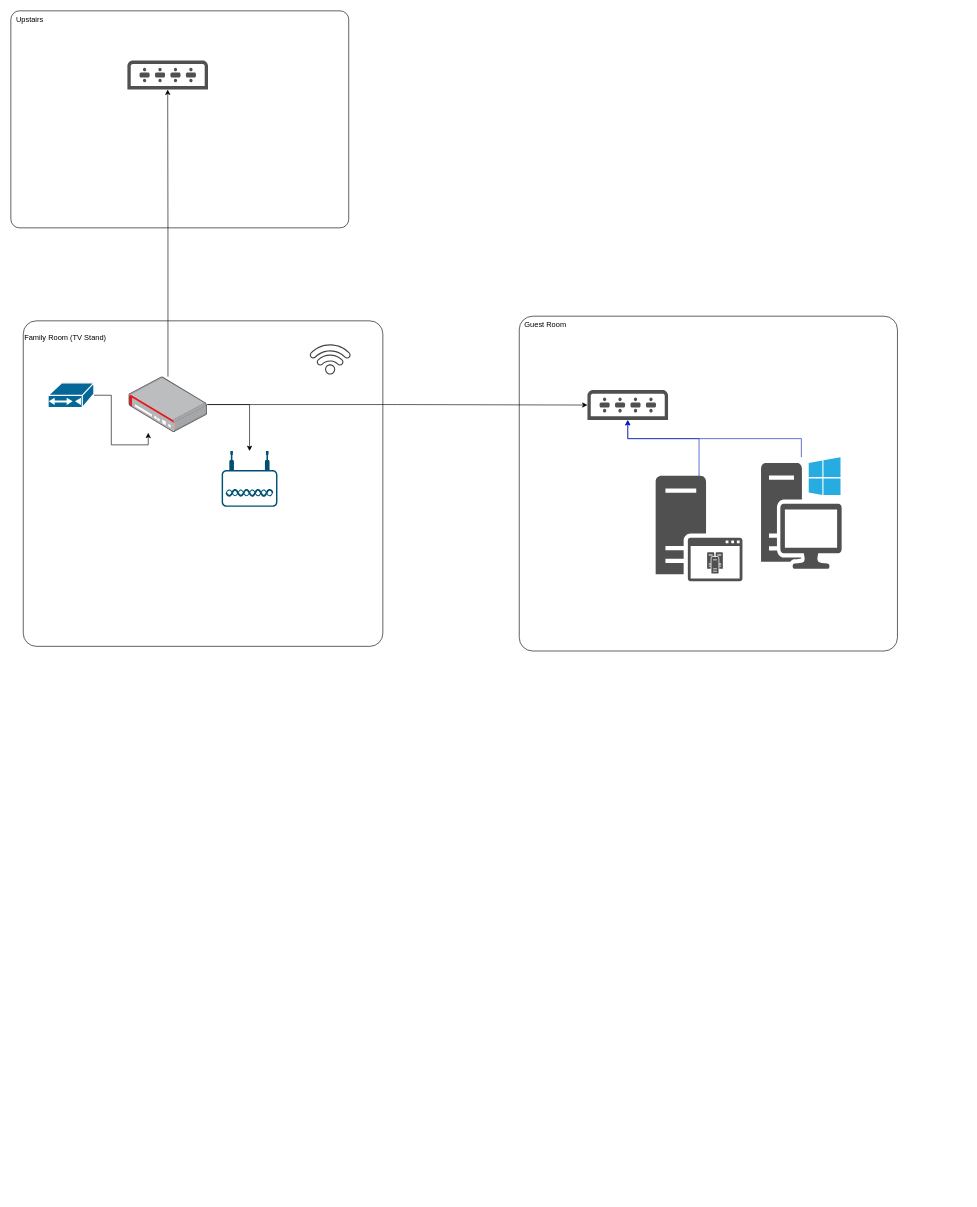
Above: temp/Home_Wiring.drawio in vichanzo/my-home-server (draw.io), before the change. Source tidied: cells renumbered, new cells numbered last; positions are measured from the earlier drawing's top-left corner, leaving out a move shared by most shapes. Both pictures are drawn from the tidied source at 62%, with x=0, y=0 at pixel (11, 11).
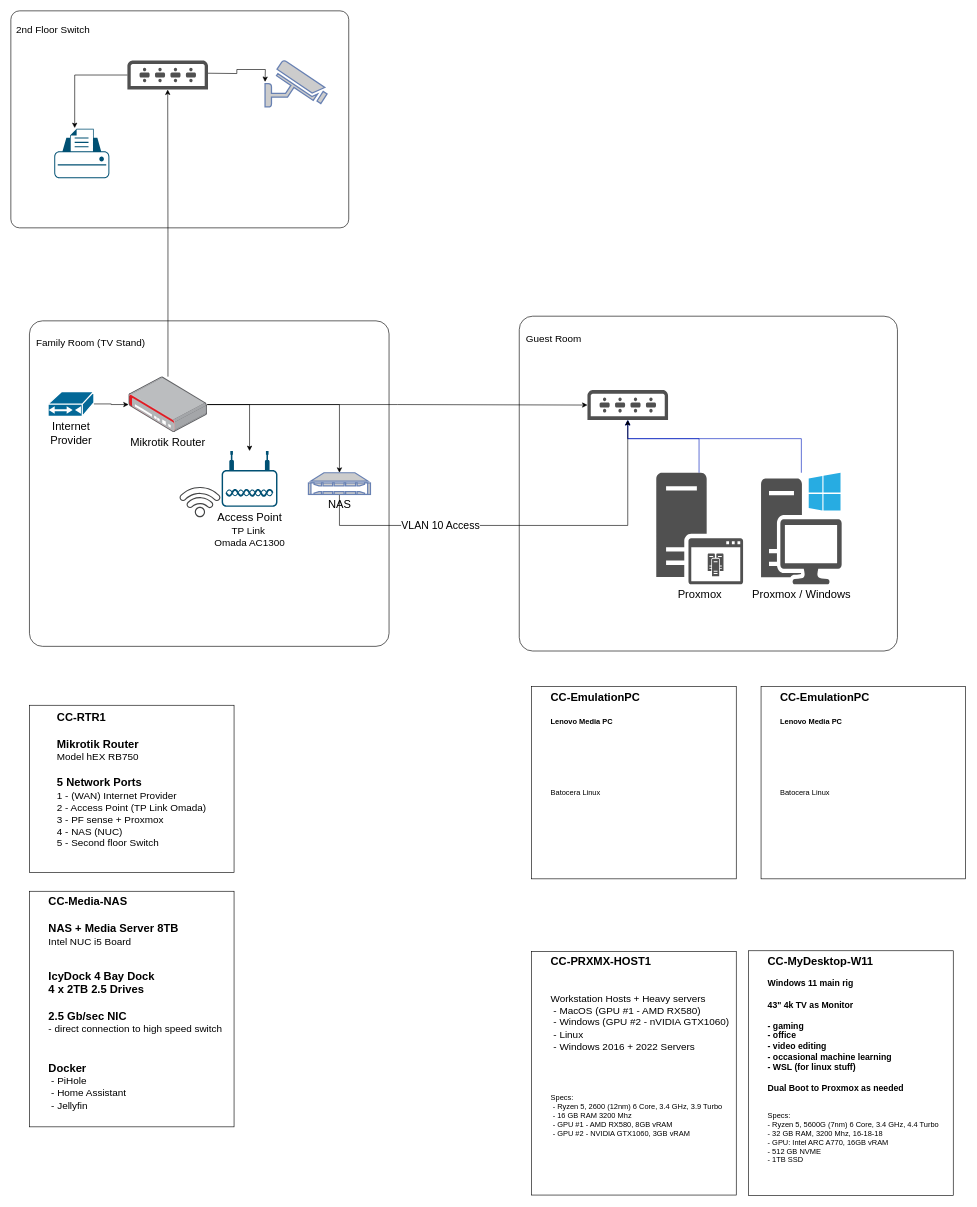
The same diagram, later.

The change refers to these unchanged cells:
```xml
<mxCell id="16" style="sketch=0;shadow=0;dashed=0;html=1;strokeColor=none;fillColor=#505050;labelPosition=center;verticalLabelPosition=bottom;verticalAlign=top;outlineConnect=0;align=center;shape=mxgraph.office.devices.switch;" parent="1" vertex="1">
  <mxGeometry x="930" y="611.5" width="130" height="48.5" as="geometry" />
</mxCell>
<mxCell id="17" style="sketch=0;shadow=0;dashed=0;html=1;strokeColor=none;fillColor=#505050;labelPosition=center;verticalLabelPosition=bottom;verticalAlign=top;outlineConnect=0;align=center;shape=mxgraph.office.devices.switch;" parent="1" vertex="1">
  <mxGeometry x="188" y="80" width="130" height="47" as="geometry" />
</mxCell>
```

The edit, as a diff of the source:
```diff
@@
-    <mxCell id="2" value="&amp;nbsp; Guest Room" style="rounded=1;whiteSpace=wrap;html=1;align=left;verticalAlign=top;arcSize=4;" parent="1" vertex="1">
+    <mxCell id="2" value="&lt;div&gt;&lt;font style=&quot;font-size: 16px;&quot;&gt;&lt;br&gt;&lt;/font&gt;&lt;/div&gt;&lt;div&gt;&lt;font style=&quot;font-size: 16px;&quot;&gt;&amp;nbsp; Guest Room&lt;/font&gt;&lt;/div&gt;" style="rounded=1;whiteSpace=wrap;html=1;align=left;verticalAlign=top;arcSize=4;" parent="1" vertex="1">
       <mxGeometry x="820" y="492.5" width="610" height="540" as="geometry" />
     </mxCell>
     <mxCell id="3" style="group;" parent="1" vertex="1">
-      <mxGeometry x="1040" y="750" width="140" height="170" as="geometry" />
+      <mxGeometry x="1041" y="745" width="140" height="180" as="geometry" />
     </mxCell>
-    <mxCell id="4" style="sketch=0;shadow=0;dashed=0;html=1;strokeColor=none;fillColor=#505050;labelPosition=center;verticalLabelPosition=bottom;verticalAlign=top;outlineConnect=0;align=center;shape=mxgraph.office.servers.application_server;" parent="3" vertex="1">
-      <mxGeometry width="140" height="170" as="geometry" />
+    <mxCell id="4" value="&lt;font style=&quot;font-size: 18px;&quot;&gt;Proxmox&lt;/font&gt;" style="sketch=0;shadow=0;dashed=0;html=1;strokeColor=none;fillColor=#505050;labelPosition=center;verticalLabelPosition=bottom;verticalAlign=top;outlineConnect=0;align=center;shape=mxgraph.office.servers.application_server;" parent="3" vertex="1">
+      <mxGeometry width="140" height="180" as="geometry" />
     </mxCell>
     <mxCell id="5" style="sketch=0;shadow=0;dashed=0;html=1;strokeColor=none;fillColor=#505050;labelPosition=center;verticalLabelPosition=bottom;verticalAlign=top;align=center;shape=mxgraph.office.servers.cluster_server;" parent="3" vertex="1">
-      <mxGeometry x="83" y="123.1" width="25.4" height="34.6" as="geometry" />
+      <mxGeometry x="83" y="130.3" width="25.4" height="36.6" as="geometry" />
     </mxCell>
-    <mxCell id="6" value="&#10;&lt;div&gt;Family Room (TV Stand)&lt;/div&gt;&#10;&#10;" style="rounded=1;whiteSpace=wrap;html=1;align=left;verticalAlign=top;arcSize=4;" parent="1" vertex="1">
-      <mxGeometry x="20" y="500" width="580" height="525" as="geometry" />
+    <mxCell id="6" value="&lt;br&gt;&lt;div&gt;&amp;nbsp; Family Room (TV Stand)&lt;/div&gt;" style="rounded=1;whiteSpace=wrap;html=1;align=left;verticalAlign=top;arcSize=4;fontSize=16;" parent="1" vertex="1">
+      <mxGeometry x="30" y="500" width="580" height="525" as="geometry" />
     </mxCell>
-    <mxCell id="7" value="&amp;nbsp; Upstairs" style="rounded=1;whiteSpace=wrap;html=1;align=left;verticalAlign=top;arcSize=4;" parent="1" vertex="1">
+    <mxCell id="7" value="&lt;div&gt;&lt;br&gt;&lt;/div&gt;&lt;div&gt;&amp;nbsp; &lt;font style=&quot;font-size: 16px;&quot;&gt;2nd Floor Switch&lt;/font&gt;&lt;/div&gt;" style="rounded=1;whiteSpace=wrap;html=1;align=left;verticalAlign=top;arcSize=4;" parent="1" vertex="1">
       <mxGeometry width="545" height="350" as="geometry" />
     </mxCell>
-    <mxCell id="8" style="points=[[0.03,0.36,0],[0.18,0,0],[0.5,0.34,0],[0.82,0,0],[0.97,0.36,0],[1,0.67,0],[0.975,0.975,0],[0.5,1,0],[0.025,0.975,0],[0,0.67,0]];verticalLabelPosition=bottom;sketch=0;html=1;verticalAlign=top;align=center;shape=mxgraph.cisco19.wireless_access_point;fillColor=#005073;strokeColor=none;rotation=0;" parent="1" vertex="1">
-      <mxGeometry x="340" y="710" width="90" height="90" as="geometry" />
-    </mxCell>
@@
+    <mxCell id="21" style="edgeStyle=orthogonalEdgeStyle;rounded=0;jettySize=auto;html=1;" parent="1" edge="1" source="12" target="30">
+      <mxGeometry relative="1" as="geometry" />
+    </mxCell>
-    <mxCell id="12" style="image;points=[];html=1;align=center;shadow=0;dashed=0;image=img/lib/allied_telesis/security/Router_VPN.svg;" parent="1" vertex="1">
+    <mxCell id="12" value="&lt;font style=&quot;font-size: 18px;&quot;&gt;Mikrotik Router&lt;/font&gt;" style="image;points=[];html=1;align=center;shadow=0;dashed=0;image=img/lib/allied_telesis/security/Router_VPN.svg;" parent="1" vertex="1">
       <mxGeometry x="190" y="590" width="126.8" height="90" as="geometry" />
     </mxCell>
-    <mxCell id="13" style="shape=mxgraph.cisco.modems_and_phones.cable_modem;html=1;dashed=0;fillColor=#036897;strokeColor=#ffffff;strokeWidth=2;verticalLabelPosition=bottom;verticalAlign=top;align=center;outlineConnect=0;" parent="1" vertex="1">
-      <mxGeometry x="60" y="600" width="74" height="40" as="geometry" />
+    <mxCell id="13" value="&lt;div&gt;&lt;font style=&quot;font-size: 18px;&quot;&gt;Internet&lt;/font&gt;&lt;/div&gt;&lt;div&gt;&lt;font style=&quot;font-size: 18px;&quot;&gt;Provider&lt;/font&gt;&lt;/div&gt;" style="shape=mxgraph.cisco.modems_and_phones.cable_modem;html=1;dashed=0;fillColor=#036897;strokeColor=#ffffff;strokeWidth=2;verticalLabelPosition=bottom;verticalAlign=top;align=center;outlineConnect=0;" parent="1" vertex="1">
+      <mxGeometry x="60" y="614" width="74" height="40" as="geometry" />
     </mxCell>
-    <mxCell id="14" style="edgeStyle=orthogonalEdgeStyle;rounded=0;jettySize=auto;html=1;entryX=0.249;entryY=1.005;entryDx=0;entryDy=0;entryPerimeter=0;" parent="1" edge="1" source="13" target="12">
+    <mxCell id="14" style="edgeStyle=orthogonalEdgeStyle;rounded=0;jettySize=auto;html=1;" parent="1" edge="1" source="13" target="12">
       <mxGeometry relative="1" as="geometry" />
     </mxCell>
-    <mxCell id="15" style="sketch=0;shadow=0;dashed=0;html=1;strokeColor=none;fillColor=#434445;labelPosition=center;verticalLabelPosition=bottom;verticalAlign=top;align=center;shape=mxgraph.vvd.wi_fi;rotation=-45;" parent="1" vertex="1">
-      <mxGeometry x="490" y="530" width="50" height="50" as="geometry" />
-    </mxCell>
@@
+    <mxCell id="22" style="edgeStyle=orthogonalEdgeStyle;rounded=0;orthogonalLoop=1;jettySize=auto;html=1;" parent="1" edge="1">
+      <mxGeometry relative="1" as="geometry">
+        <mxPoint x="318" y="100.6" as="sourcePoint" />
+        <mxPoint x="410" y="114.6" as="targetPoint" />
+      </mxGeometry>
+    </mxCell>
@@
-    <mxCell id="19" style="sketch=0;shadow=0;dashed=0;html=1;strokeColor=none;fillColor=#505050;labelPosition=center;verticalLabelPosition=bottom;verticalAlign=top;outlineConnect=0;align=center;shape=mxgraph.office.devices.workstation_pc;" parent="1" vertex="1">
-      <mxGeometry x="1210" y="720" width="130" height="180" as="geometry" />
+    <mxCell id="19" value="&lt;font style=&quot;font-size: 18px;&quot;&gt;Proxmox / Windows&lt;/font&gt;" style="sketch=0;shadow=0;dashed=0;html=1;strokeColor=none;fillColor=#505050;labelPosition=center;verticalLabelPosition=bottom;verticalAlign=top;outlineConnect=0;align=center;shape=mxgraph.office.devices.workstation_pc;" parent="1" vertex="1">
+      <mxGeometry x="1210" y="745" width="130" height="180" as="geometry" />
     </mxCell>
@@
+    <mxCell id="23" style="fontColor=#0066CC;verticalAlign=top;verticalLabelPosition=bottom;labelPosition=center;align=center;html=1;fillColor=#CCCCCC;strokeColor=#6881B3;gradientColor=none;gradientDirection=north;strokeWidth=2;shape=mxgraph.networks.security_camera;" parent="1" vertex="1">
+      <mxGeometry x="410" y="80" width="100" height="75" as="geometry" />
+    </mxCell>
+    <mxCell id="24" style="points=[[0.22,0.185,0],[0.5,0,0],[0.78,0.185,0],[0.975,0.49,0],[1,0.73,0],[0.975,0.97,0],[0.5,1,0],[0.025,0.97,0],[0,0.73,0],[0.025,0.49,0]];verticalLabelPosition=bottom;sketch=0;html=1;verticalAlign=top;align=center;shape=mxgraph.cisco19.printer;fillColor=#005073;strokeColor=none;" parent="1" vertex="1">
+      <mxGeometry x="70" y="190" width="88.9" height="80" as="geometry" />
+    </mxCell>
+    <mxCell id="25" style="edgeStyle=orthogonalEdgeStyle;rounded=0;jettySize=auto;html=1;entryX=0.371;entryY=-0.012;entryDx=0;entryDy=0;entryPerimeter=0;" parent="1" edge="1" source="17" target="24">
+      <mxGeometry relative="1" as="geometry" />
+    </mxCell>
+    <mxCell id="26" value="&lt;div align=&quot;left&quot;&gt;&lt;font style=&quot;font-size: 18px;&quot;&gt;&lt;b&gt;CC-RTR1&lt;/b&gt;&lt;/font&gt;&lt;/div&gt;&lt;div align=&quot;left&quot;&gt;&lt;font style=&quot;font-size: 18px;&quot;&gt;&lt;b&gt;&lt;br&gt;&lt;/b&gt;&lt;/font&gt;&lt;/div&gt;&lt;div align=&quot;left&quot;&gt;&lt;font style=&quot;font-size: 18px;&quot;&gt;&lt;b&gt;Mikrotik Router&lt;/b&gt;&lt;/font&gt;&lt;/div&gt;&lt;div align=&quot;left&quot;&gt;&lt;font style=&quot;font-size: 16px;&quot;&gt;Model hEX RB750&lt;/font&gt;&lt;/div&gt;&lt;div align=&quot;left&quot;&gt;&lt;font style=&quot;font-size: 18px;&quot;&gt;&lt;br&gt;&lt;/font&gt;&lt;/div&gt;&lt;div align=&quot;left&quot;&gt;&lt;font style=&quot;font-size: 18px;&quot;&gt;&lt;b&gt;5 Network Ports&lt;/b&gt;&lt;/font&gt;&lt;/div&gt;&lt;div align=&quot;left&quot;&gt;&lt;font style=&quot;font-size: 16px;&quot;&gt;1 - (WAN) Internet Provider&amp;nbsp;&lt;/font&gt;&lt;/div&gt;&lt;div align=&quot;left&quot;&gt;&lt;font style=&quot;font-size: 16px;&quot;&gt;2 - Access Point (TP Link Omada)&lt;/font&gt;&lt;/div&gt;&lt;div align=&quot;left&quot;&gt;&lt;font style=&quot;font-size: 16px;&quot;&gt;3 - PF sense + Proxmox &lt;br&gt;&lt;/font&gt;&lt;/div&gt;&lt;div align=&quot;left&quot;&gt;&lt;font style=&quot;font-size: 16px;&quot;&gt;4 - NAS (NUC)&lt;/font&gt;&lt;/div&gt;&lt;div align=&quot;left&quot;&gt;&lt;font style=&quot;font-size: 16px;&quot;&gt;5 - Second floor Switch &lt;br&gt;&lt;/font&gt;&lt;/div&gt;&lt;div&gt;&lt;br&gt;&lt;/div&gt;&lt;div&gt;&lt;br&gt;&lt;/div&gt;" style="whiteSpace=wrap;html=1;" parent="1" vertex="1">
+      <mxGeometry x="30" y="1120" width="330" height="270" as="geometry" />
+    </mxCell>
+    <mxCell id="27" value="&lt;div align=&quot;left&quot;&gt;&lt;font style=&quot;font-size: 18px;&quot;&gt;&lt;b&gt;CC-Media-NAS&lt;/b&gt;&lt;/font&gt;&lt;/div&gt;&lt;div align=&quot;left&quot;&gt;&lt;font style=&quot;font-size: 18px;&quot;&gt;&lt;b&gt;&lt;br&gt;&lt;/b&gt;&lt;/font&gt;&lt;/div&gt;&lt;div align=&quot;left&quot;&gt;&lt;font style=&quot;font-size: 18px;&quot;&gt;&lt;b&gt;NAS + Media Server 8TB&lt;/b&gt;&lt;/font&gt;&lt;/div&gt;&lt;div align=&quot;left&quot;&gt;&lt;font style=&quot;font-size: 16px;&quot;&gt;Intel NUC i5 Board&lt;/font&gt;&lt;/div&gt;&lt;div align=&quot;left&quot;&gt;&lt;font style=&quot;font-size: 18px;&quot;&gt;&lt;br&gt;&lt;/font&gt;&lt;/div&gt;&lt;br&gt;&lt;div align=&quot;left&quot;&gt;&lt;font style=&quot;font-size: 18px;&quot;&gt;&lt;b&gt;IcyDock 4 Bay Dock &lt;br&gt;&lt;/b&gt;&lt;/font&gt;&lt;/div&gt;&lt;div align=&quot;left&quot;&gt;&lt;div align=&quot;left&quot;&gt;&lt;font style=&quot;font-size: 18px;&quot;&gt;&lt;b&gt;4 x 2TB 2.5 Drives&lt;/b&gt;&lt;/font&gt;&lt;/div&gt;&lt;div align=&quot;left&quot;&gt;&lt;font style=&quot;font-size: 18px;&quot;&gt;&lt;b&gt;&lt;br&gt;&lt;/b&gt;&lt;/font&gt;&lt;/div&gt;&lt;div align=&quot;left&quot;&gt;&lt;font style=&quot;font-size: 18px;&quot;&gt;&lt;b&gt;2.5 Gb/sec NIC &lt;/b&gt;&lt;/font&gt;&lt;font style=&quot;font-size: 16px;&quot;&gt;&lt;b&gt;&lt;br&gt;&lt;/b&gt;&lt;/font&gt;&lt;/div&gt;&lt;div align=&quot;left&quot;&gt;&lt;font style=&quot;font-size: 16px;&quot;&gt;- direct connection to high speed switch&lt;/font&gt;&lt;/div&gt;&lt;div align=&quot;left&quot;&gt;&lt;font style=&quot;font-size: 18px;&quot;&gt;&lt;b&gt;&lt;br&gt;&lt;/b&gt;&lt;/font&gt;&lt;/div&gt;&lt;div align=&quot;left&quot;&gt;&lt;font style=&quot;font-size: 18px;&quot;&gt;&lt;b&gt;&lt;br&gt;&lt;/b&gt;&lt;/font&gt;&lt;/div&gt;&lt;div align=&quot;left&quot;&gt;&lt;font style=&quot;font-size: 18px;&quot;&gt;&lt;b&gt;Docker&lt;/b&gt;&lt;/font&gt;&lt;/div&gt;&lt;div align=&quot;left&quot;&gt;&lt;font style=&quot;font-size: 16px;&quot;&gt;&amp;nbsp;- PiHole&lt;/font&gt;&lt;/div&gt;&lt;div align=&quot;left&quot;&gt;&lt;font style=&quot;font-size: 16px;&quot;&gt;&amp;nbsp;- Home Assistant&lt;/font&gt;&lt;/div&gt;&lt;div align=&quot;left&quot;&gt;&lt;font style=&quot;font-size: 16px;&quot;&gt;&amp;nbsp;- Jellyfin&lt;/font&gt;&lt;/div&gt;&lt;div align=&quot;left&quot;&gt;&lt;font style=&quot;font-size: 16px;&quot;&gt;&amp;nbsp; &lt;br&gt;&lt;/font&gt;&lt;/div&gt;&lt;div align=&quot;left&quot;&gt;&lt;font style=&quot;font-size: 16px;&quot;&gt;&amp;nbsp;&lt;/font&gt;&lt;/div&gt;&lt;div align=&quot;left&quot;&gt;&lt;br&gt;&lt;/div&gt;&lt;br&gt;&lt;/div&gt;&lt;div&gt;&lt;br&gt;&lt;/div&gt;" style="whiteSpace=wrap;html=1;align=left;spacingLeft=29;verticalAlign=top;" parent="1" vertex="1">
+      <mxGeometry x="30" y="1420" width="330" height="380" as="geometry" />
+    </mxCell>
+    <mxCell id="28" style="edgeStyle=orthogonalEdgeStyle;rounded=0;jettySize=auto;html=1;" parent="1" edge="1" source="30" target="16">
+      <mxGeometry relative="1" as="geometry">
+        <Array as="points">
+          <mxPoint x="530" y="830" />
+          <mxPoint x="995" y="830" />
+        </Array>
+      </mxGeometry>
+    </mxCell>
+    <mxCell id="29" value="&lt;font style=&quot;font-size: 17px;&quot;&gt;VLAN 10 Access &lt;/font&gt;" style="edgeLabel;html=1;align=center;verticalAlign=middle;" parent="28" vertex="1">
+      <mxGeometry x="-0.38" relative="1" as="geometry" />
+    </mxCell>
+    <mxCell id="30" value="NAS" style="fontColor=#000000;verticalAlign=top;verticalLabelPosition=bottom;labelPosition=center;align=center;html=1;outlineConnect=0;fillColor=#CCCCCC;strokeColor=#6881B3;gradientColor=none;gradientDirection=north;strokeWidth=2;shape=mxgraph.networks.nas_filer;fontSize=18;" parent="1" vertex="1">
+      <mxGeometry x="480" y="745" width="100" height="35" as="geometry" />
+    </mxCell>
+    <mxCell id="31" style="group;" parent="1" vertex="1">
+      <mxGeometry x="269.6" y="710" width="160.4" height="110.4" as="geometry" />
+    </mxCell>
+    <mxCell id="8" value="&lt;div&gt;&lt;font style=&quot;font-size: 18px;&quot;&gt;Access Point&lt;/font&gt;&lt;/div&gt;&lt;div&gt;&lt;font style=&quot;font-size: 16px;&quot;&gt;TP Link&amp;nbsp;&lt;/font&gt;&lt;/div&gt;&lt;div&gt;&lt;font style=&quot;font-size: 16px;&quot;&gt;Omada AC1300&lt;/font&gt;&lt;/div&gt;&lt;div&gt;&lt;br&gt;&lt;/div&gt;" style="points=[[0.03,0.36,0],[0.18,0,0],[0.5,0.34,0],[0.82,0,0],[0.97,0.36,0],[1,0.67,0],[0.975,0.975,0],[0.5,1,0],[0.025,0.975,0],[0,0.67,0]];verticalLabelPosition=bottom;sketch=0;html=1;verticalAlign=top;align=center;shape=mxgraph.cisco19.wireless_access_point;fillColor=#005073;strokeColor=none;rotation=0;" parent="31" vertex="1">
+      <mxGeometry x="70.4" width="90" height="90" as="geometry" />
+    </mxCell>
+    <mxCell id="15" style="sketch=0;shadow=0;dashed=0;html=1;strokeColor=none;fillColor=#434445;labelPosition=center;verticalLabelPosition=bottom;verticalAlign=top;align=center;shape=mxgraph.vvd.wi_fi;rotation=-45;" parent="31" vertex="1">
+      <mxGeometry x="10.4" y="50" width="50" height="50" as="geometry" />
+    </mxCell>
+    <mxCell id="32" value="&lt;div align=&quot;left&quot;&gt;&lt;font style=&quot;font-size: 18px;&quot;&gt;&lt;b&gt;CC-PRXMX-HOST1&lt;/b&gt;&lt;/font&gt;&lt;/div&gt;&lt;div align=&quot;left&quot;&gt;&lt;font style=&quot;font-size: 16px;&quot;&gt;&lt;b&gt;&lt;br&gt;&lt;/b&gt;&lt;/font&gt;&lt;/div&gt;&lt;font style=&quot;font-size: 16px;&quot;&gt;&lt;b&gt;&lt;br&gt;&lt;/b&gt;&lt;/font&gt;&lt;div&gt;&lt;font style=&quot;font-size: 16px;&quot;&gt;Workstation Hosts + Heavy servers&lt;/font&gt;&lt;/div&gt;&lt;div&gt;&lt;font style=&quot;font-size: 16px;&quot;&gt;&amp;nbsp;&lt;/font&gt;&lt;font style=&quot;font-size: 16px;&quot;&gt;- MacOS (GPU #1 - AMD RX580)&lt;/font&gt;&lt;/div&gt;&lt;div&gt;&lt;font style=&quot;font-size: 16px;&quot;&gt;&amp;nbsp;- Windows (GPU #2 - nVIDIA GTX1060)&lt;/font&gt;&lt;/div&gt;&lt;div&gt;&lt;font style=&quot;font-size: 16px;&quot;&gt;&amp;nbsp;- Linux&lt;/font&gt;&lt;/div&gt;&lt;div&gt;&lt;font style=&quot;font-size: 16px;&quot;&gt;&amp;nbsp;- Windows 2016 + 2022 Servers &lt;br&gt;&lt;/font&gt;&lt;/div&gt;&lt;div&gt;&lt;font style=&quot;font-size: 16px;&quot;&gt;&amp;nbsp;&lt;/font&gt;&lt;/div&gt;&lt;div&gt;&lt;font style=&quot;font-size: 16px;&quot;&gt;&lt;br&gt;&lt;/font&gt;&lt;/div&gt;&lt;div&gt;&lt;br&gt;&lt;/div&gt;&lt;div&gt;&lt;br&gt;&lt;/div&gt;&lt;div&gt;Specs:&lt;/div&gt;&lt;div&gt;&amp;nbsp;- Ryzen 5, 2600 (12nm) 6 Core, 3.4 GHz, 3.9 Turbo&lt;/div&gt;&lt;div&gt;&amp;nbsp;- 16 GB RAM 3200 Mhz&lt;/div&gt;&lt;div&gt;&amp;nbsp;- GPU #1 - AMD RX580, 8GB vRAM&lt;/div&gt;&lt;div&gt;&amp;nbsp;- GPU #2 - NVIDIA GTX1060, 3GB vRAM&lt;/div&gt;&lt;div&gt;&lt;br&gt;&lt;/div&gt;" style="whiteSpace=wrap;html=1;align=left;spacingLeft=29;verticalAlign=top;" parent="1" vertex="1">
+      <mxGeometry x="840" y="1517" width="330" height="393" as="geometry" />
+    </mxCell>
+    <mxCell id="33" value="&lt;div align=&quot;left&quot;&gt;&lt;b&gt;&lt;font style=&quot;font-size: 18px;&quot;&gt;CC-MyDesktop-W11&lt;/font&gt;&lt;/b&gt;&lt;/div&gt;&lt;div align=&quot;left&quot;&gt;&lt;font style=&quot;font-size: 14px;&quot;&gt;&lt;b&gt;&lt;br&gt;&lt;/b&gt;&lt;/font&gt;&lt;/div&gt;&lt;div&gt;&lt;font style=&quot;font-size: 14px;&quot;&gt;&lt;b&gt;Windows 11 main rig&lt;/b&gt;&lt;/font&gt;&lt;/div&gt;&lt;div&gt;&lt;font style=&quot;font-size: 14px;&quot;&gt;&lt;b&gt;&lt;br&gt;&lt;/b&gt;&lt;/font&gt;&lt;/div&gt;&lt;div&gt;&lt;font style=&quot;font-size: 14px;&quot;&gt;&lt;b&gt;43&quot; 4k TV as Monitor&lt;/b&gt;&lt;/font&gt;&lt;/div&gt;&lt;div&gt;&lt;font style=&quot;font-size: 14px;&quot;&gt;&lt;b&gt;&lt;br&gt;&lt;/b&gt;&lt;/font&gt;&lt;/div&gt;&lt;div&gt;&lt;font style=&quot;font-size: 14px;&quot;&gt;&lt;b&gt;- gaming&lt;/b&gt;&lt;/font&gt;&lt;/div&gt;&lt;div&gt;&lt;font style=&quot;font-size: 14px;&quot;&gt;&lt;b&gt;- office&lt;/b&gt;&lt;/font&gt;&lt;/div&gt;&lt;div&gt;&lt;font style=&quot;font-size: 14px;&quot;&gt;&lt;b&gt;- video editing&lt;/b&gt;&lt;/font&gt;&lt;/div&gt;&lt;div&gt;&lt;font style=&quot;font-size: 14px;&quot;&gt;&lt;b&gt;- occasional machine learning&lt;/b&gt;&lt;/font&gt;&lt;/div&gt;&lt;div&gt;&lt;font style=&quot;font-size: 14px;&quot;&gt;&lt;b&gt;- WSL (for linux stuff)&lt;/b&gt;&lt;/font&gt;&lt;/div&gt;&lt;div&gt;&lt;font style=&quot;font-size: 14px;&quot;&gt;&lt;b&gt;&lt;br&gt;&lt;/b&gt;&lt;/font&gt;&lt;/div&gt;&lt;div&gt;&lt;font style=&quot;font-size: 14px;&quot;&gt;&lt;b&gt;Dual Boot to Proxmox as needed&lt;/b&gt;&lt;/font&gt;&lt;/div&gt;&lt;div&gt;&lt;br&gt;&lt;/div&gt;&lt;div&gt;&lt;br&gt;&lt;/div&gt;&lt;div&gt;Specs:&lt;/div&gt;&lt;div&gt;- Ryzen 5, 5600G (7nm) 6 Core, 3.4 GHz, 4.4 Turbo &lt;br&gt;&lt;/div&gt;&lt;div&gt;- 32 GB RAM, 3200 Mhz, 16-18-18&lt;/div&gt;&lt;div&gt;- GPU: Intel ARC A770, 16GB vRAM &lt;br&gt;&lt;/div&gt;&lt;div&gt;- 512 GB NVME&lt;/div&gt;&lt;div&gt;- 1TB SSD&amp;nbsp; &lt;br&gt;&lt;/div&gt;" style="whiteSpace=wrap;html=1;align=left;spacingLeft=29;verticalAlign=top;" parent="1" vertex="1">
+      <mxGeometry x="1190" y="1516" width="330" height="395" as="geometry" />
+    </mxCell>
+    <mxCell id="34" value="&lt;div align=&quot;left&quot;&gt;&lt;font style=&quot;font-size: 18px;&quot;&gt;&lt;b&gt;CC-EmulationPC&lt;/b&gt;&lt;/font&gt;&lt;/div&gt;&lt;div align=&quot;left&quot;&gt;&lt;font style=&quot;font-size: 18px;&quot;&gt;&lt;b&gt;&lt;br&gt;&lt;/b&gt;&lt;/font&gt;&lt;/div&gt;&lt;div align=&quot;left&quot;&gt;&lt;b&gt;Lenovo Media PC&lt;/b&gt;&lt;/div&gt;&lt;div align=&quot;left&quot;&gt;&lt;div align=&quot;left&quot;&gt;&lt;font style=&quot;font-size: 18px;&quot;&gt;&lt;b&gt;&lt;br&gt;&lt;/b&gt;&lt;/font&gt;&lt;/div&gt;&lt;div align=&quot;left&quot;&gt;&lt;font style=&quot;font-size: 18px;&quot;&gt;&lt;b&gt;&lt;br&gt;&lt;/b&gt;&lt;/font&gt;&lt;/div&gt;&lt;br&gt;&lt;/div&gt;&lt;div&gt;&lt;br&gt;&lt;/div&gt;&lt;div&gt;&lt;br&gt;&lt;/div&gt;&lt;div&gt;&lt;br&gt;&lt;/div&gt;&lt;div&gt;Batocera Linux&lt;/div&gt;" style="whiteSpace=wrap;html=1;align=left;spacingLeft=29;verticalAlign=top;" parent="1" vertex="1">
+      <mxGeometry x="840" y="1090" width="330" height="310" as="geometry" />
+    </mxCell>
+    <mxCell id="35" value="&lt;div align=&quot;left&quot;&gt;&lt;font style=&quot;font-size: 18px;&quot;&gt;&lt;b&gt;CC-EmulationPC&lt;/b&gt;&lt;/font&gt;&lt;/div&gt;&lt;div align=&quot;left&quot;&gt;&lt;font style=&quot;font-size: 18px;&quot;&gt;&lt;b&gt;&lt;br&gt;&lt;/b&gt;&lt;/font&gt;&lt;/div&gt;&lt;div align=&quot;left&quot;&gt;&lt;b&gt;Lenovo Media PC&lt;/b&gt;&lt;/div&gt;&lt;div align=&quot;left&quot;&gt;&lt;div align=&quot;left&quot;&gt;&lt;font style=&quot;font-size: 18px;&quot;&gt;&lt;b&gt;&lt;br&gt;&lt;/b&gt;&lt;/font&gt;&lt;/div&gt;&lt;div align=&quot;left&quot;&gt;&lt;font style=&quot;font-size: 18px;&quot;&gt;&lt;b&gt;&lt;br&gt;&lt;/b&gt;&lt;/font&gt;&lt;/div&gt;&lt;br&gt;&lt;/div&gt;&lt;div&gt;&lt;br&gt;&lt;/div&gt;&lt;div&gt;&lt;br&gt;&lt;/div&gt;&lt;div&gt;&lt;br&gt;&lt;/div&gt;&lt;div&gt;Batocera Linux&lt;/div&gt;" style="whiteSpace=wrap;html=1;align=left;spacingLeft=29;verticalAlign=top;" parent="1" vertex="1">
+      <mxGeometry x="1210" y="1090" width="330" height="310" as="geometry" />
+    </mxCell>
```
